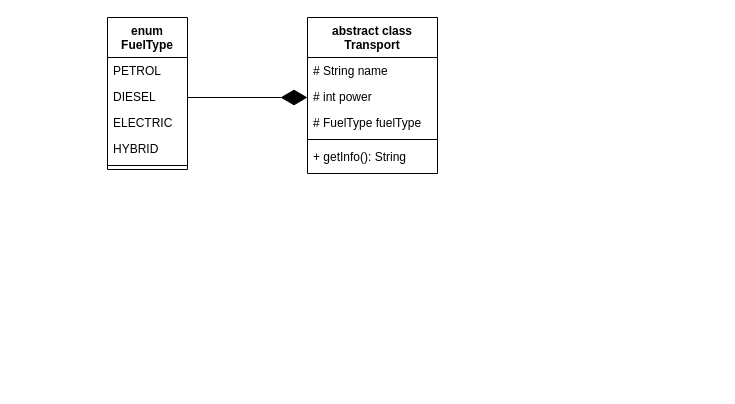
SerPBushmakin/JBDGitDZ3 keeps this draw.io diagram as Диаграмма UML DZ3.drawio. Above is the earlier version. Source tidied: cells renumbered, new cells numbered last; positions are measured from the earlier drawing's top-left corner, leaving out a move shared by most shapes. Both pictures are drawn from the tidied source at 100%, with x=0, y=0 at pixel (107, 17).
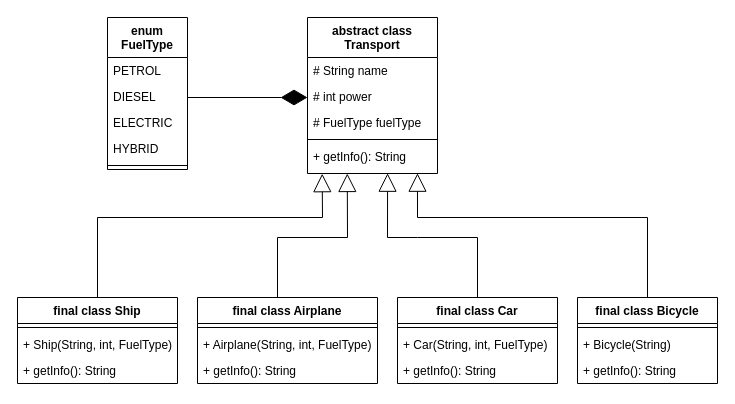
The same page after the edit.

Unchanged cells that the change refers to:
```xml
<mxCell id="7" value="+ getInfo(): String" style="text;strokeColor=none;fillColor=none;align=left;verticalAlign=top;spacingLeft=4;spacingRight=4;overflow=hidden;points=[[0,0.5],[1,0.5]];portConstraint=eastwest;whiteSpace=wrap;html=1;" parent="2" vertex="1">
  <mxGeometry y="126" width="130" height="30" as="geometry" />
</mxCell>
```

What changed in the source:
```diff
@@
+    <mxCell id="15" value="final class Ship" style="swimlane;fontStyle=1;align=center;verticalAlign=top;horizontal=1;startSize=26;whiteSpace=wrap;html=1;" parent="1" vertex="1">
+      <mxGeometry x="-90" y="280" width="160" height="86" as="geometry" />
+    </mxCell>
+    <mxCell id="16" style="line;strokeWidth=1;fillColor=none;align=left;verticalAlign=middle;spacingTop=-1;spacingLeft=3;spacingRight=3;labelPosition=right;strokeColor=inherit;" parent="15" vertex="1">
+      <mxGeometry y="26" width="160" height="8" as="geometry" />
+    </mxCell>
+    <mxCell id="17" value="+ Ship(String, int, FuelType)" style="text;strokeColor=none;fillColor=none;align=left;verticalAlign=top;spacingLeft=4;spacingRight=4;overflow=hidden;whiteSpace=wrap;html=1;" parent="15" vertex="1">
+      <mxGeometry y="34" width="160" height="26" as="geometry" />
+    </mxCell>
+    <mxCell id="18" value="+ getInfo(): String" style="text;strokeColor=none;fillColor=none;align=left;verticalAlign=top;spacingLeft=4;spacingRight=4;overflow=hidden;whiteSpace=wrap;html=1;" parent="15" vertex="1">
+      <mxGeometry y="60" width="160" height="26" as="geometry" />
+    </mxCell>
+    <mxCell id="19" value="final class Airplane" style="swimlane;fontStyle=1;align=center;verticalAlign=top;horizontal=1;startSize=26;whiteSpace=wrap;html=1;" parent="1" vertex="1">
+      <mxGeometry x="90" y="280" width="180" height="86" as="geometry" />
+    </mxCell>
+    <mxCell id="20" style="line;strokeWidth=1;fillColor=none;align=left;verticalAlign=middle;spacingTop=-1;spacingLeft=3;spacingRight=3;labelPosition=right;strokeColor=inherit;" parent="19" vertex="1">
+      <mxGeometry y="26" width="180" height="8" as="geometry" />
+    </mxCell>
+    <mxCell id="21" value="+ Airplane(String, int, FuelType)" style="text;strokeColor=none;fillColor=none;align=left;verticalAlign=top;spacingLeft=4;spacingRight=4;overflow=hidden;whiteSpace=wrap;html=1;" parent="19" vertex="1">
+      <mxGeometry y="34" width="180" height="26" as="geometry" />
+    </mxCell>
+    <mxCell id="22" value="+ getInfo(): String" style="text;strokeColor=none;fillColor=none;align=left;verticalAlign=top;spacingLeft=4;spacingRight=4;overflow=hidden;whiteSpace=wrap;html=1;" parent="19" vertex="1">
+      <mxGeometry y="60" width="180" height="26" as="geometry" />
+    </mxCell>
+    <mxCell id="23" value="final class Car" style="swimlane;fontStyle=1;align=center;verticalAlign=top;horizontal=1;startSize=26;whiteSpace=wrap;html=1;" parent="1" vertex="1">
+      <mxGeometry x="290" y="280" width="160" height="86" as="geometry" />
+    </mxCell>
+    <mxCell id="24" style="line;strokeWidth=1;fillColor=none;align=left;verticalAlign=middle;spacingTop=-1;spacingLeft=3;spacingRight=3;labelPosition=right;strokeColor=inherit;" parent="23" vertex="1">
+      <mxGeometry y="26" width="160" height="8" as="geometry" />
+    </mxCell>
+    <mxCell id="25" value="+ Car(String, int, FuelType)" style="text;strokeColor=none;fillColor=none;align=left;verticalAlign=top;spacingLeft=4;spacingRight=4;overflow=hidden;whiteSpace=wrap;html=1;" parent="23" vertex="1">
+      <mxGeometry y="34" width="160" height="26" as="geometry" />
+    </mxCell>
+    <mxCell id="26" value="+ getInfo(): String" style="text;strokeColor=none;fillColor=none;align=left;verticalAlign=top;spacingLeft=4;spacingRight=4;overflow=hidden;whiteSpace=wrap;html=1;" parent="23" vertex="1">
+      <mxGeometry y="60" width="160" height="26" as="geometry" />
+    </mxCell>
+    <mxCell id="27" value="final class Bicycle" style="swimlane;fontStyle=1;align=center;verticalAlign=top;horizontal=1;startSize=26;whiteSpace=wrap;html=1;" parent="1" vertex="1">
+      <mxGeometry x="470" y="280" width="140" height="86" as="geometry" />
+    </mxCell>
+    <mxCell id="28" style="line;strokeWidth=1;fillColor=none;align=left;verticalAlign=middle;spacingTop=-1;spacingLeft=3;spacingRight=3;labelPosition=right;strokeColor=inherit;" parent="27" vertex="1">
+      <mxGeometry y="26" width="140" height="8" as="geometry" />
+    </mxCell>
+    <mxCell id="29" value="+ Bicycle(String)" style="text;strokeColor=none;fillColor=none;align=left;verticalAlign=top;spacingLeft=4;spacingRight=4;overflow=hidden;whiteSpace=wrap;html=1;" parent="27" vertex="1">
+      <mxGeometry y="34" width="140" height="26" as="geometry" />
+    </mxCell>
+    <mxCell id="30" value="+ getInfo(): String" style="text;strokeColor=none;fillColor=none;align=left;verticalAlign=top;spacingLeft=4;spacingRight=4;overflow=hidden;whiteSpace=wrap;html=1;" parent="27" vertex="1">
+      <mxGeometry y="60" width="140" height="26" as="geometry" />
+    </mxCell>
+    <mxCell id="31" style="endArrow=block;endSize=16;endFill=0;html=1;rounded=0;exitX=0.5;exitY=0;exitDx=0;exitDy=0;entryX=0.113;entryY=1.006;entryDx=0;entryDy=0;entryPerimeter=0;" parent="1" edge="1" source="15" target="7">
+      <mxGeometry relative="1" as="geometry">
+        <Array as="points">
+          <mxPoint x="-10" y="200" />
+          <mxPoint x="215" y="200" />
+        </Array>
+      </mxGeometry>
+    </mxCell>
+    <mxCell id="32" style="endArrow=block;endSize=16;endFill=0;html=1;rounded=0;exitX=0.5;exitY=0;exitDx=0;exitDy=0;entryX=0.846;entryY=0.991;entryDx=0;entryDy=0;entryPerimeter=0;" parent="1" edge="1" target="7">
+      <mxGeometry relative="1" as="geometry">
+        <mxPoint x="540" y="280" as="sourcePoint" />
+        <Array as="points">
+          <mxPoint x="540" y="200" />
+          <mxPoint x="310" y="200" />
+        </Array>
+      </mxGeometry>
+    </mxCell>
+    <mxCell id="33" style="endArrow=block;endSize=16;endFill=0;html=1;rounded=0;exitX=0.5;exitY=0;exitDx=0;exitDy=0;entryX=0.306;entryY=1;entryDx=0;entryDy=0;entryPerimeter=0;" parent="1" edge="1" target="7">
+      <mxGeometry relative="1" as="geometry">
+        <mxPoint x="170" y="280" as="sourcePoint" />
+        <Array as="points">
+          <mxPoint x="170" y="220" />
+          <mxPoint x="240" y="220" />
+        </Array>
+      </mxGeometry>
+    </mxCell>
+    <mxCell id="34" style="endArrow=block;endSize=16;endFill=0;html=1;rounded=0;exitX=0.5;exitY=0;exitDx=0;exitDy=0;entryX=0.616;entryY=0.991;entryDx=0;entryDy=0;entryPerimeter=0;" parent="1" edge="1" source="23" target="7">
+      <mxGeometry relative="1" as="geometry">
+        <Array as="points">
+          <mxPoint x="370" y="220" />
+          <mxPoint x="310" y="220" />
+          <mxPoint x="280" y="220" />
+        </Array>
+      </mxGeometry>
+    </mxCell>
```
